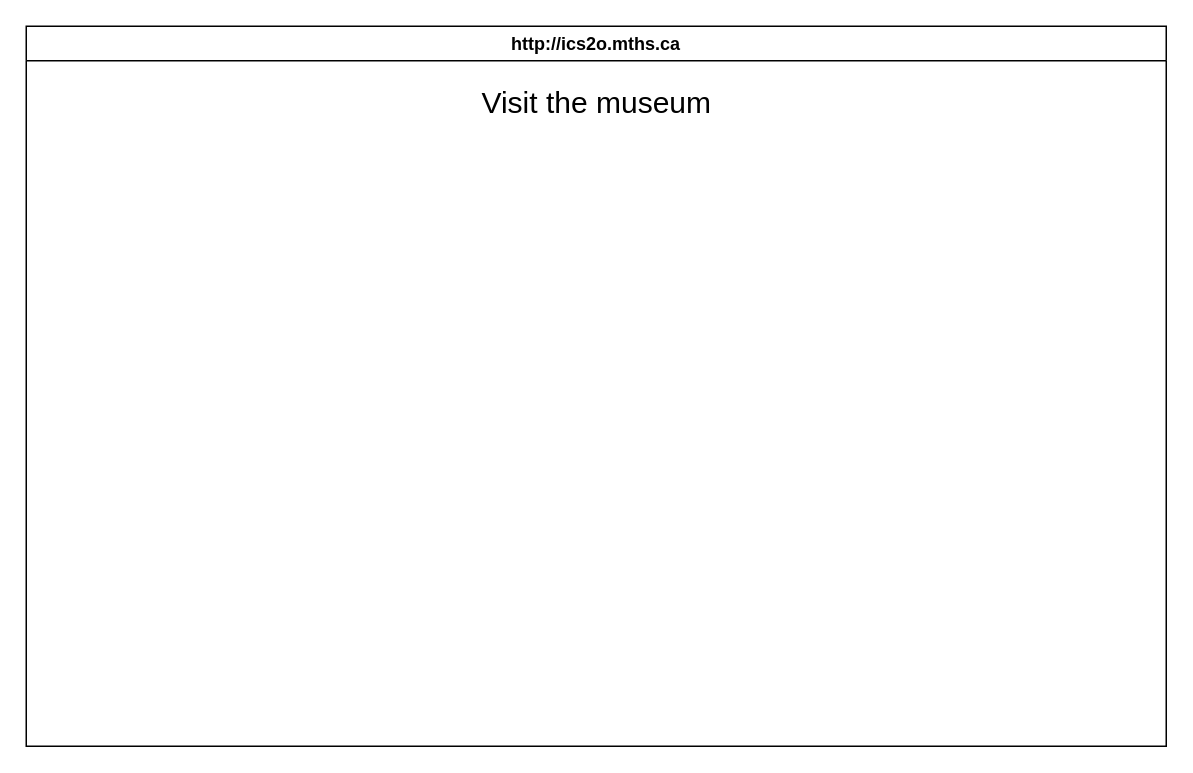
This is design/storyboard.drawio from manya-feng/ICD2O-Unit-6-01-manya-feng, a draw.io file, before an edit. Source tidied: cells renumbered, new cells numbered last; positions are measured from the earlier drawing's top-left corner, leaving out a move shared by most shapes. Both pictures are drawn from the tidied source at 150%, with x=0, y=0 at pixel (26, 26).
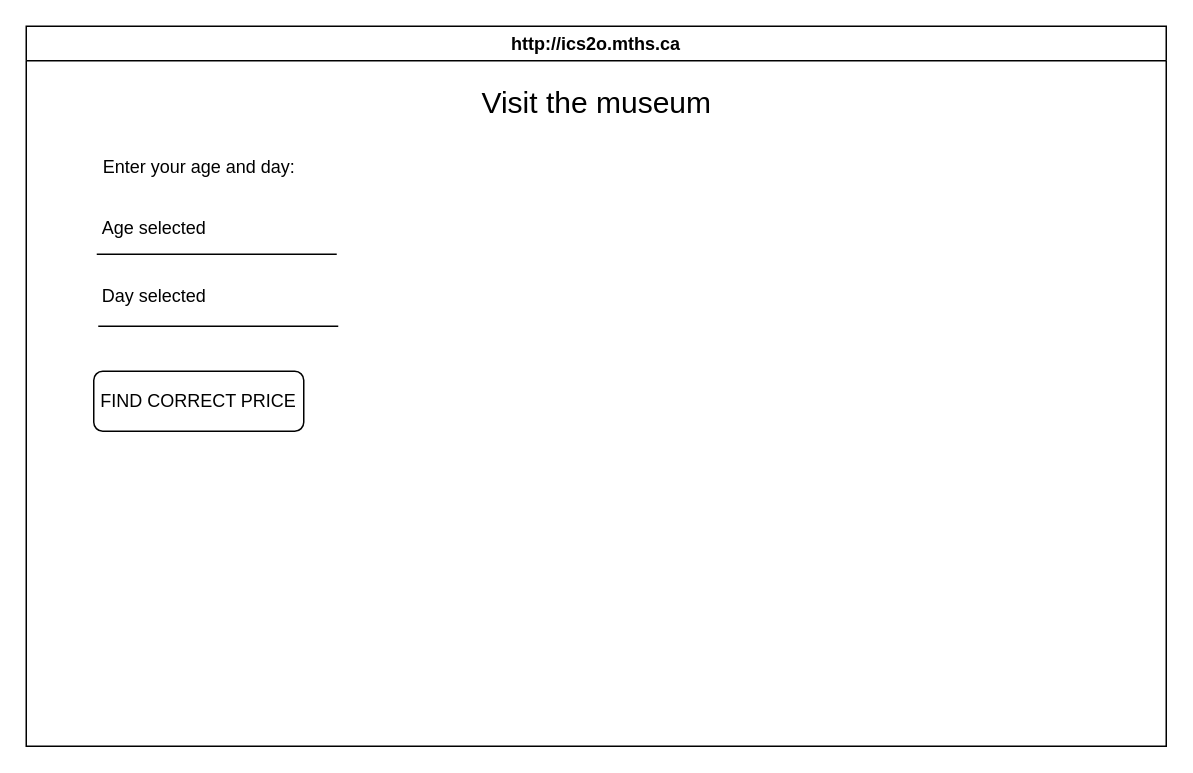
Above is the later version.

What changed in the source:
```diff
@@
 <mxGraphModel>
   <root>
     <mxCell id="0" />
     <mxCell id="1" parent="0" />
     <mxCell id="2" value="http://ics2o.mths.ca" style="swimlane;whiteSpace=wrap;html=1;" parent="1" vertex="1">
       <mxGeometry width="760" height="480" as="geometry" />
     </mxCell>
     <mxCell id="3" value="&lt;font style=&quot;font-size: 20px;&quot;&gt;Visit the museum&lt;/font&gt;" style="text;html=1;align=center;verticalAlign=middle;strokeColor=none;fillColor=none;" parent="2" vertex="1">
       <mxGeometry x="290" y="30" width="180" height="40" as="geometry" />
     </mxCell>
+    <mxCell id="4" value="&lt;font style=&quot;font-size: 12px;&quot;&gt;Enter your age and day:&lt;/font&gt;" style="text;html=1;align=center;verticalAlign=middle;strokeColor=none;fillColor=none;fontSize=20;" parent="2" vertex="1">
+      <mxGeometry x="40" y="70" width="150" height="40" as="geometry" />
+    </mxCell>
+    <mxCell id="5" value="Age selected" style="text;html=1;align=center;verticalAlign=middle;strokeColor=none;fillColor=none;fontSize=12;" parent="2" vertex="1">
+      <mxGeometry x="40" y="120" width="90" height="30" as="geometry" />
+    </mxCell>
+    <mxCell id="6" value="Day selected" style="text;html=1;align=center;verticalAlign=middle;strokeColor=none;fillColor=none;fontSize=12;" parent="2" vertex="1">
+      <mxGeometry x="40" y="165" width="90" height="30" as="geometry" />
+    </mxCell>
+    <mxCell id="7" value="FIND CORRECT PRICE" style="rounded=1;whiteSpace=wrap;html=1;fontSize=12;" parent="2" vertex="1">
+      <mxGeometry x="45" y="230" width="140" height="40" as="geometry" />
+    </mxCell>
+    <mxCell id="8" style="endArrow=none;html=1;fontSize=12;" parent="1" edge="1">
+      <mxGeometry relative="1" as="geometry">
+        <mxPoint x="47" y="152" as="sourcePoint" />
+        <mxPoint x="207" y="152" as="targetPoint" />
+      </mxGeometry>
+    </mxCell>
+    <mxCell id="9" style="endArrow=none;html=1;fontSize=12;" parent="1" edge="1">
+      <mxGeometry relative="1" as="geometry">
+        <mxPoint x="48" y="200" as="sourcePoint" />
+        <mxPoint x="208" y="200" as="targetPoint" />
+      </mxGeometry>
+    </mxCell>
   </root>
 </mxGraphModel>
```
